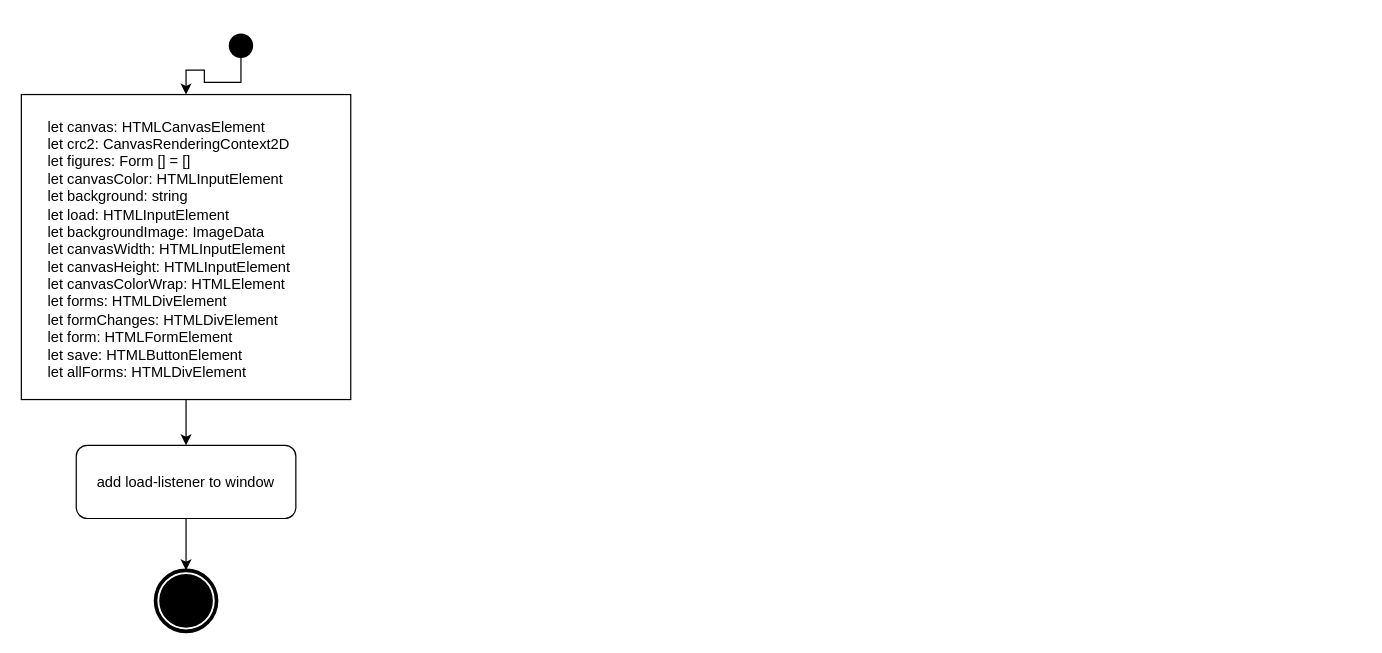
The draw.io diagram page "Page-1" (1 of 4) of Endabgabe/Diagramme/ActivityDiagramMain.drawio in Majoo44/EIA2, before the edit. Source tidied: cells renumbered, new cells numbered last; positions are measured from the earlier drawing's top-left corner, leaving out a move shared by most shapes. Both pictures are drawn from the tidied source at 122%, with x=0, y=0 at pixel (21, 33).
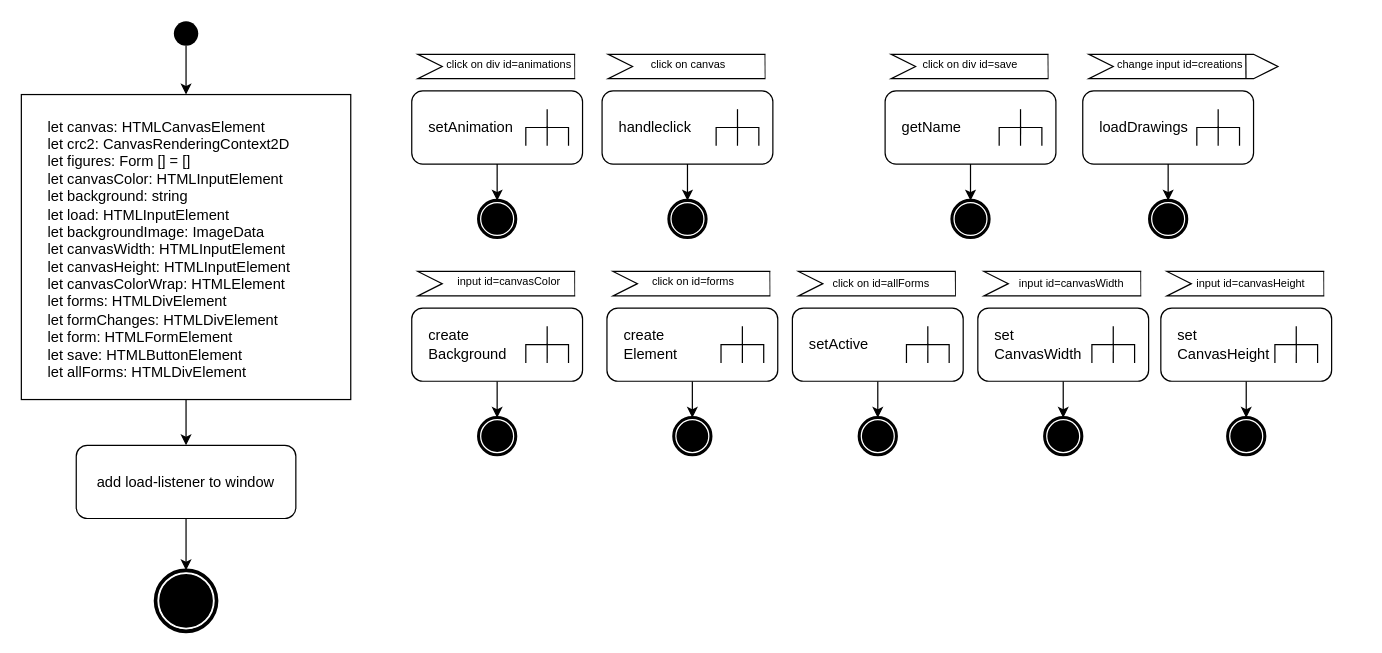
The same diagram, later.

What changed in the source:
```diff
@@
     <mxCell id="5" style="ellipse;whiteSpace=wrap;html=1;fillColor=#000000;strokeColor=none;" parent="1" vertex="1">
-      <mxGeometry x="170" width="20" height="20" as="geometry" />
+      <mxGeometry x="125" y="-10" width="20" height="20" as="geometry" />
     </mxCell>
@@
+    <mxCell id="10" style="edgeStyle=orthogonalEdgeStyle;rounded=0;jettySize=auto;html=1;entryX=0.5;entryY=0;entryDx=0;entryDy=0;" parent="1" edge="1" source="11" target="14">
+      <mxGeometry relative="1" as="geometry" />
+    </mxCell>
+    <mxCell id="11" value="setAnimation" style="rounded=1;whiteSpace=wrap;html=1;align=left;spacingLeft=12;" parent="1" vertex="1">
+      <mxGeometry x="320" y="47" width="140" height="60" as="geometry" />
+    </mxCell>
+    <mxCell id="12" style="strokeWidth=1;html=1;shape=mxgraph.flowchart.annotation_2;align=left;labelPosition=right;rotation=90;" parent="1" vertex="1">
+      <mxGeometry x="416" y="59.5" width="30" height="35" as="geometry" />
+    </mxCell>
+    <mxCell id="13" style="endArrow=none;html=1;exitX=1;exitY=0.5;exitDx=0;exitDy=0;exitPerimeter=0;entryX=0.475;entryY=0.499;entryDx=0;entryDy=0;entryPerimeter=0;" parent="1" edge="1" source="12" target="12">
+      <mxGeometry relative="1" as="geometry" />
+    </mxCell>
+    <mxCell id="14" style="shape=mxgraph.bpmn.shape;html=1;verticalLabelPosition=bottom;labelBackgroundColor=#ffffff;verticalAlign=top;align=center;perimeter=ellipsePerimeter;outlineConnect=0;outline=end;symbol=terminate;" parent="1" vertex="1">
+      <mxGeometry x="375" y="137" width="30" height="30" as="geometry" />
+    </mxCell>
+    <mxCell id="15" style="shape=step;perimeter=stepPerimeter;whiteSpace=wrap;html=1;fixedSize=1;strokeWidth=1;" parent="1" vertex="1">
+      <mxGeometry x="325" y="17" width="155" height="20" as="geometry" />
+    </mxCell>
+    <mxCell id="16" style="endArrow=none;html=1;exitX=0.831;exitY=1.008;exitDx=0;exitDy=0;exitPerimeter=0;entryX=0.83;entryY=0.008;entryDx=0;entryDy=0;entryPerimeter=0;" parent="1" edge="1" source="15" target="15">
+      <mxGeometry relative="1" as="geometry" />
+    </mxCell>
+    <mxCell id="17" style="rounded=0;whiteSpace=wrap;html=1;strokeWidth=1;noLabel=1;fontColor=none;strokeColor=none;" parent="1" vertex="1">
+      <mxGeometry x="454" y="12" width="30" height="30" as="geometry" />
+    </mxCell>
+    <mxCell id="18" value="&lt;font style=&quot;font-size: 9px&quot;&gt;click on div id=animations&lt;/font&gt;" style="text;html=1;strokeColor=none;fillColor=none;align=center;verticalAlign=middle;whiteSpace=wrap;rounded=0;fontColor=none;" parent="1" vertex="1">
+      <mxGeometry x="300" y="15" width="200" height="20" as="geometry" />
+    </mxCell>
+    <mxCell id="19" style="edgeStyle=orthogonalEdgeStyle;rounded=0;jettySize=auto;html=1;entryX=0.5;entryY=0;entryDx=0;entryDy=0;" parent="1" edge="1" source="20" target="23">
+      <mxGeometry relative="1" as="geometry" />
+    </mxCell>
+    <mxCell id="20" value="getName" style="rounded=1;whiteSpace=wrap;html=1;align=left;spacingLeft=12;" parent="1" vertex="1">
+      <mxGeometry x="708" y="47" width="140" height="60" as="geometry" />
+    </mxCell>
+    <mxCell id="21" style="strokeWidth=1;html=1;shape=mxgraph.flowchart.annotation_2;align=left;labelPosition=right;rotation=90;" parent="1" vertex="1">
+      <mxGeometry x="804" y="59.5" width="30" height="35" as="geometry" />
+    </mxCell>
+    <mxCell id="22" style="endArrow=none;html=1;exitX=1;exitY=0.5;exitDx=0;exitDy=0;exitPerimeter=0;entryX=0.475;entryY=0.499;entryDx=0;entryDy=0;entryPerimeter=0;" parent="1" edge="1" source="21" target="21">
+      <mxGeometry relative="1" as="geometry" />
+    </mxCell>
+    <mxCell id="23" style="shape=mxgraph.bpmn.shape;html=1;verticalLabelPosition=bottom;labelBackgroundColor=#ffffff;verticalAlign=top;align=center;perimeter=ellipsePerimeter;outlineConnect=0;outline=end;symbol=terminate;" parent="1" vertex="1">
+      <mxGeometry x="763" y="137" width="30" height="30" as="geometry" />
+    </mxCell>
+    <mxCell id="24" style="shape=step;perimeter=stepPerimeter;whiteSpace=wrap;html=1;fixedSize=1;strokeWidth=1;" parent="1" vertex="1">
+      <mxGeometry x="713" y="17" width="155" height="20" as="geometry" />
+    </mxCell>
+    <mxCell id="25" style="endArrow=none;html=1;exitX=0.831;exitY=1.008;exitDx=0;exitDy=0;exitPerimeter=0;entryX=0.83;entryY=0.008;entryDx=0;entryDy=0;entryPerimeter=0;" parent="1" edge="1">
+      <mxGeometry relative="1" as="geometry">
+        <mxPoint x="841.8" y="37.2" as="sourcePoint" />
+        <mxPoint x="841.6" y="17.2" as="targetPoint" />
+      </mxGeometry>
+    </mxCell>
+    <mxCell id="26" style="rounded=0;whiteSpace=wrap;html=1;strokeWidth=1;noLabel=1;fontColor=none;strokeColor=none;" parent="1" vertex="1">
+      <mxGeometry x="842" y="12" width="30" height="30" as="geometry" />
+    </mxCell>
+    <mxCell id="27" value="&lt;font style=&quot;font-size: 9px&quot;&gt;click on div id=save&lt;/font&gt;" style="text;html=1;strokeColor=none;fillColor=none;align=center;verticalAlign=middle;whiteSpace=wrap;rounded=0;fontColor=none;" parent="1" vertex="1">
+      <mxGeometry x="678" y="15" width="200" height="20" as="geometry" />
+    </mxCell>
+    <mxCell id="28" style="edgeStyle=orthogonalEdgeStyle;rounded=0;jettySize=auto;html=1;entryX=0.5;entryY=0;entryDx=0;entryDy=0;" parent="1" edge="1" source="29" target="32">
+      <mxGeometry relative="1" as="geometry" />
+    </mxCell>
+    <mxCell id="29" value="handleclick" style="rounded=1;whiteSpace=wrap;html=1;align=left;spacingLeft=12;" parent="1" vertex="1">
+      <mxGeometry x="476" y="47" width="140" height="60" as="geometry" />
+    </mxCell>
+    <mxCell id="30" style="strokeWidth=1;html=1;shape=mxgraph.flowchart.annotation_2;align=left;labelPosition=right;rotation=90;" parent="1" vertex="1">
+      <mxGeometry x="572" y="59.5" width="30" height="35" as="geometry" />
+    </mxCell>
+    <mxCell id="31" style="endArrow=none;html=1;exitX=1;exitY=0.5;exitDx=0;exitDy=0;exitPerimeter=0;entryX=0.475;entryY=0.499;entryDx=0;entryDy=0;entryPerimeter=0;" parent="1" edge="1" source="30" target="30">
+      <mxGeometry relative="1" as="geometry" />
+    </mxCell>
+    <mxCell id="32" style="shape=mxgraph.bpmn.shape;html=1;verticalLabelPosition=bottom;labelBackgroundColor=#ffffff;verticalAlign=top;align=center;perimeter=ellipsePerimeter;outlineConnect=0;outline=end;symbol=terminate;" parent="1" vertex="1">
+      <mxGeometry x="531" y="137" width="30" height="30" as="geometry" />
+    </mxCell>
+    <mxCell id="33" style="shape=step;perimeter=stepPerimeter;whiteSpace=wrap;html=1;fixedSize=1;strokeWidth=1;" parent="1" vertex="1">
+      <mxGeometry x="481" y="17" width="155" height="20" as="geometry" />
+    </mxCell>
+    <mxCell id="34" style="endArrow=none;html=1;exitX=0.831;exitY=1.008;exitDx=0;exitDy=0;exitPerimeter=0;entryX=0.83;entryY=0.008;entryDx=0;entryDy=0;entryPerimeter=0;" parent="1" edge="1" source="33" target="33">
+      <mxGeometry relative="1" as="geometry" />
+    </mxCell>
+    <mxCell id="35" style="rounded=0;whiteSpace=wrap;html=1;strokeWidth=1;noLabel=1;fontColor=none;strokeColor=none;" parent="1" vertex="1">
+      <mxGeometry x="610" y="12" width="30" height="30" as="geometry" />
+    </mxCell>
+    <mxCell id="36" value="&lt;font style=&quot;font-size: 9px&quot;&gt;click on canvas&lt;/font&gt;" style="text;html=1;strokeColor=none;fillColor=none;align=center;verticalAlign=middle;whiteSpace=wrap;rounded=0;fontColor=none;" parent="1" vertex="1">
+      <mxGeometry x="472" y="15" width="150" height="20" as="geometry" />
+    </mxCell>
+    <mxCell id="37" style="edgeStyle=orthogonalEdgeStyle;rounded=0;jettySize=auto;html=1;entryX=0.5;entryY=0;entryDx=0;entryDy=0;" parent="1" edge="1" source="38" target="41">
+      <mxGeometry relative="1" as="geometry" />
+    </mxCell>
+    <mxCell id="38" value="create&lt;br&gt;Background" style="rounded=1;whiteSpace=wrap;html=1;align=left;spacingLeft=12;" parent="1" vertex="1">
+      <mxGeometry x="320" y="225" width="140" height="60" as="geometry" />
+    </mxCell>
+    <mxCell id="39" style="strokeWidth=1;html=1;shape=mxgraph.flowchart.annotation_2;align=left;labelPosition=right;rotation=90;" parent="1" vertex="1">
+      <mxGeometry x="416" y="237.5" width="30" height="35" as="geometry" />
+    </mxCell>
+    <mxCell id="40" style="endArrow=none;html=1;exitX=1;exitY=0.5;exitDx=0;exitDy=0;exitPerimeter=0;entryX=0.475;entryY=0.499;entryDx=0;entryDy=0;entryPerimeter=0;" parent="1" edge="1" source="39" target="39">
+      <mxGeometry relative="1" as="geometry" />
+    </mxCell>
+    <mxCell id="41" style="shape=mxgraph.bpmn.shape;html=1;verticalLabelPosition=bottom;labelBackgroundColor=#ffffff;verticalAlign=top;align=center;perimeter=ellipsePerimeter;outlineConnect=0;outline=end;symbol=terminate;" parent="1" vertex="1">
+      <mxGeometry x="375" y="315" width="30" height="30" as="geometry" />
+    </mxCell>
+    <mxCell id="42" style="shape=step;perimeter=stepPerimeter;whiteSpace=wrap;html=1;fixedSize=1;strokeWidth=1;" parent="1" vertex="1">
+      <mxGeometry x="325" y="195" width="155" height="20" as="geometry" />
+    </mxCell>
+    <mxCell id="43" style="endArrow=none;html=1;exitX=0.831;exitY=1.008;exitDx=0;exitDy=0;exitPerimeter=0;entryX=0.83;entryY=0.008;entryDx=0;entryDy=0;entryPerimeter=0;" parent="1" edge="1" source="42" target="42">
+      <mxGeometry relative="1" as="geometry" />
+    </mxCell>
+    <mxCell id="44" style="rounded=0;whiteSpace=wrap;html=1;strokeWidth=1;noLabel=1;fontColor=none;strokeColor=none;" parent="1" vertex="1">
+      <mxGeometry x="454" y="190" width="30" height="30" as="geometry" />
+    </mxCell>
+    <mxCell id="45" value="&lt;font style=&quot;font-size: 9px&quot;&gt;input id=canvasColor&lt;/font&gt;" style="text;html=1;strokeColor=none;fillColor=none;align=center;verticalAlign=middle;whiteSpace=wrap;rounded=0;fontColor=none;" parent="1" vertex="1">
+      <mxGeometry x="300" y="193" width="200" height="20" as="geometry" />
+    </mxCell>
+    <mxCell id="46" style="edgeStyle=orthogonalEdgeStyle;rounded=0;jettySize=auto;html=1;entryX=0.5;entryY=0;entryDx=0;entryDy=0;" parent="1" edge="1" source="47" target="50">
+      <mxGeometry relative="1" as="geometry" />
+    </mxCell>
+    <mxCell id="47" value="loadDrawings" style="rounded=1;whiteSpace=wrap;html=1;align=left;spacingLeft=12;" parent="1" vertex="1">
+      <mxGeometry x="870" y="47" width="140" height="60" as="geometry" />
+    </mxCell>
+    <mxCell id="48" style="strokeWidth=1;html=1;shape=mxgraph.flowchart.annotation_2;align=left;labelPosition=right;rotation=90;" parent="1" vertex="1">
+      <mxGeometry x="966" y="59.5" width="30" height="35" as="geometry" />
+    </mxCell>
+    <mxCell id="49" style="endArrow=none;html=1;exitX=1;exitY=0.5;exitDx=0;exitDy=0;exitPerimeter=0;entryX=0.475;entryY=0.499;entryDx=0;entryDy=0;entryPerimeter=0;" parent="1" edge="1" source="48" target="48">
+      <mxGeometry relative="1" as="geometry" />
+    </mxCell>
+    <mxCell id="50" style="shape=mxgraph.bpmn.shape;html=1;verticalLabelPosition=bottom;labelBackgroundColor=#ffffff;verticalAlign=top;align=center;perimeter=ellipsePerimeter;outlineConnect=0;outline=end;symbol=terminate;" parent="1" vertex="1">
+      <mxGeometry x="925" y="137" width="30" height="30" as="geometry" />
+    </mxCell>
+    <mxCell id="51" style="shape=step;perimeter=stepPerimeter;whiteSpace=wrap;html=1;fixedSize=1;strokeWidth=1;" parent="1" vertex="1">
+      <mxGeometry x="875" y="17" width="155" height="20" as="geometry" />
+    </mxCell>
+    <mxCell id="52" style="endArrow=none;html=1;exitX=0.831;exitY=1.008;exitDx=0;exitDy=0;exitPerimeter=0;entryX=0.83;entryY=0.008;entryDx=0;entryDy=0;entryPerimeter=0;" parent="1" edge="1" source="51" target="51">
+      <mxGeometry relative="1" as="geometry" />
+    </mxCell>
+    <mxCell id="53" style="rounded=0;whiteSpace=wrap;html=1;strokeWidth=1;noLabel=1;fontColor=none;strokeColor=none;" parent="1" vertex="1">
+      <mxGeometry x="460" y="190" width="30" height="30" as="geometry" />
+    </mxCell>
+    <mxCell id="54" value="&lt;font style=&quot;font-size: 9px&quot;&gt;change input id=creations&lt;/font&gt;" style="text;html=1;strokeColor=none;fillColor=none;align=center;verticalAlign=middle;whiteSpace=wrap;rounded=0;fontColor=none;" parent="1" vertex="1">
+      <mxGeometry x="850" y="15" width="200" height="20" as="geometry" />
+    </mxCell>
+    <mxCell id="55" style="edgeStyle=orthogonalEdgeStyle;rounded=0;jettySize=auto;html=1;entryX=0.5;entryY=0;entryDx=0;entryDy=0;" parent="1" edge="1" source="56" target="59">
+      <mxGeometry relative="1" as="geometry" />
+    </mxCell>
+    <mxCell id="56" value="create&lt;br&gt;Element" style="rounded=1;whiteSpace=wrap;html=1;align=left;spacingLeft=12;" parent="1" vertex="1">
+      <mxGeometry x="480" y="225" width="140" height="60" as="geometry" />
+    </mxCell>
+    <mxCell id="57" style="strokeWidth=1;html=1;shape=mxgraph.flowchart.annotation_2;align=left;labelPosition=right;rotation=90;" parent="1" vertex="1">
+      <mxGeometry x="576" y="237.5" width="30" height="35" as="geometry" />
+    </mxCell>
+    <mxCell id="58" style="endArrow=none;html=1;exitX=1;exitY=0.5;exitDx=0;exitDy=0;exitPerimeter=0;entryX=0.475;entryY=0.499;entryDx=0;entryDy=0;entryPerimeter=0;" parent="1" edge="1" source="57" target="57">
+      <mxGeometry relative="1" as="geometry" />
+    </mxCell>
+    <mxCell id="59" style="shape=mxgraph.bpmn.shape;html=1;verticalLabelPosition=bottom;labelBackgroundColor=#ffffff;verticalAlign=top;align=center;perimeter=ellipsePerimeter;outlineConnect=0;outline=end;symbol=terminate;" parent="1" vertex="1">
+      <mxGeometry x="535" y="315" width="30" height="30" as="geometry" />
+    </mxCell>
+    <mxCell id="60" style="shape=step;perimeter=stepPerimeter;whiteSpace=wrap;html=1;fixedSize=1;strokeWidth=1;" parent="1" vertex="1">
+      <mxGeometry x="485" y="195" width="155" height="20" as="geometry" />
+    </mxCell>
+    <mxCell id="61" style="endArrow=none;html=1;exitX=0.831;exitY=1.008;exitDx=0;exitDy=0;exitPerimeter=0;entryX=0.83;entryY=0.008;entryDx=0;entryDy=0;entryPerimeter=0;" parent="1" edge="1" source="60" target="60">
+      <mxGeometry relative="1" as="geometry" />
+    </mxCell>
+    <mxCell id="62" style="rounded=0;whiteSpace=wrap;html=1;strokeWidth=1;noLabel=1;fontColor=none;strokeColor=none;" parent="1" vertex="1">
+      <mxGeometry x="614" y="190" width="30" height="30" as="geometry" />
+    </mxCell>
+    <mxCell id="63" value="&lt;font style=&quot;font-size: 9px&quot;&gt;click on id=forms&lt;/font&gt;" style="text;html=1;strokeColor=none;fillColor=none;align=center;verticalAlign=middle;whiteSpace=wrap;rounded=0;fontColor=none;" parent="1" vertex="1">
+      <mxGeometry x="476" y="193" width="150" height="20" as="geometry" />
+    </mxCell>
+    <mxCell id="64" style="edgeStyle=orthogonalEdgeStyle;rounded=0;jettySize=auto;html=1;entryX=0.5;entryY=0;entryDx=0;entryDy=0;" parent="1" edge="1" source="65" target="68">
+      <mxGeometry relative="1" as="geometry" />
+    </mxCell>
+    <mxCell id="65" value="setActive" style="rounded=1;whiteSpace=wrap;html=1;align=left;spacingLeft=12;" parent="1" vertex="1">
+      <mxGeometry x="632" y="225" width="140" height="60" as="geometry" />
+    </mxCell>
+    <mxCell id="66" style="strokeWidth=1;html=1;shape=mxgraph.flowchart.annotation_2;align=left;labelPosition=right;rotation=90;" parent="1" vertex="1">
+      <mxGeometry x="728" y="237.5" width="30" height="35" as="geometry" />
+    </mxCell>
+    <mxCell id="67" style="endArrow=none;html=1;exitX=1;exitY=0.5;exitDx=0;exitDy=0;exitPerimeter=0;entryX=0.475;entryY=0.499;entryDx=0;entryDy=0;entryPerimeter=0;" parent="1" edge="1" source="66" target="66">
+      <mxGeometry relative="1" as="geometry" />
+    </mxCell>
+    <mxCell id="68" style="shape=mxgraph.bpmn.shape;html=1;verticalLabelPosition=bottom;labelBackgroundColor=#ffffff;verticalAlign=top;align=center;perimeter=ellipsePerimeter;outlineConnect=0;outline=end;symbol=terminate;" parent="1" vertex="1">
+      <mxGeometry x="687" y="315" width="30" height="30" as="geometry" />
+    </mxCell>
+    <mxCell id="69" style="shape=step;perimeter=stepPerimeter;whiteSpace=wrap;html=1;fixedSize=1;strokeWidth=1;" parent="1" vertex="1">
+      <mxGeometry x="637" y="195" width="155" height="20" as="geometry" />
+    </mxCell>
+    <mxCell id="70" style="endArrow=none;html=1;exitX=0.831;exitY=1.008;exitDx=0;exitDy=0;exitPerimeter=0;entryX=0.83;entryY=0.008;entryDx=0;entryDy=0;entryPerimeter=0;" parent="1" edge="1" source="69" target="69">
+      <mxGeometry relative="1" as="geometry" />
+    </mxCell>
+    <mxCell id="71" style="rounded=0;whiteSpace=wrap;html=1;strokeWidth=1;noLabel=1;fontColor=none;strokeColor=none;" parent="1" vertex="1">
+      <mxGeometry x="766" y="190" width="30" height="30" as="geometry" />
+    </mxCell>
+    <mxCell id="72" value="&lt;font style=&quot;font-size: 9px&quot;&gt;click on id=allForms&lt;/font&gt;" style="text;html=1;strokeColor=none;fillColor=none;align=center;verticalAlign=middle;whiteSpace=wrap;rounded=0;fontColor=none;" parent="1" vertex="1">
+      <mxGeometry x="640" y="194" width="130" height="20" as="geometry" />
+    </mxCell>
+    <mxCell id="73" style="edgeStyle=orthogonalEdgeStyle;rounded=0;jettySize=auto;html=1;entryX=0.5;entryY=0;entryDx=0;entryDy=0;" parent="1" edge="1" source="74" target="77">
+      <mxGeometry relative="1" as="geometry" />
+    </mxCell>
+    <mxCell id="74" value="set&lt;br&gt;CanvasWidth" style="rounded=1;whiteSpace=wrap;html=1;align=left;spacingLeft=12;" parent="1" vertex="1">
+      <mxGeometry x="784" y="225" width="140" height="60" as="geometry" />
+    </mxCell>
+    <mxCell id="75" style="strokeWidth=1;html=1;shape=mxgraph.flowchart.annotation_2;align=left;labelPosition=right;rotation=90;" parent="1" vertex="1">
+      <mxGeometry x="880" y="237.5" width="30" height="35" as="geometry" />
+    </mxCell>
+    <mxCell id="76" style="endArrow=none;html=1;exitX=1;exitY=0.5;exitDx=0;exitDy=0;exitPerimeter=0;entryX=0.475;entryY=0.499;entryDx=0;entryDy=0;entryPerimeter=0;" parent="1" edge="1" source="75" target="75">
+      <mxGeometry relative="1" as="geometry" />
+    </mxCell>
+    <mxCell id="77" style="shape=mxgraph.bpmn.shape;html=1;verticalLabelPosition=bottom;labelBackgroundColor=#ffffff;verticalAlign=top;align=center;perimeter=ellipsePerimeter;outlineConnect=0;outline=end;symbol=terminate;" parent="1" vertex="1">
+      <mxGeometry x="839" y="315" width="30" height="30" as="geometry" />
+    </mxCell>
+    <mxCell id="78" style="shape=step;perimeter=stepPerimeter;whiteSpace=wrap;html=1;fixedSize=1;strokeWidth=1;" parent="1" vertex="1">
+      <mxGeometry x="789" y="195" width="155" height="20" as="geometry" />
+    </mxCell>
+    <mxCell id="79" style="endArrow=none;html=1;exitX=0.831;exitY=1.008;exitDx=0;exitDy=0;exitPerimeter=0;entryX=0.83;entryY=0.008;entryDx=0;entryDy=0;entryPerimeter=0;" parent="1" edge="1" source="78" target="78">
+      <mxGeometry relative="1" as="geometry" />
+    </mxCell>
+    <mxCell id="80" style="rounded=0;whiteSpace=wrap;html=1;strokeWidth=1;noLabel=1;fontColor=none;strokeColor=none;" parent="1" vertex="1">
+      <mxGeometry x="918" y="190" width="30" height="30" as="geometry" />
+    </mxCell>
+    <mxCell id="81" value="&lt;font style=&quot;font-size: 9px&quot;&gt;input id=canvasWidth&lt;/font&gt;" style="text;html=1;strokeColor=none;fillColor=none;align=center;verticalAlign=middle;whiteSpace=wrap;rounded=0;fontColor=none;" parent="1" vertex="1">
+      <mxGeometry x="792" y="194" width="138" height="20" as="geometry" />
+    </mxCell>
+    <mxCell id="82" style="edgeStyle=orthogonalEdgeStyle;rounded=0;jettySize=auto;html=1;entryX=0.5;entryY=0;entryDx=0;entryDy=0;" parent="1" edge="1" source="83" target="86">
+      <mxGeometry relative="1" as="geometry" />
+    </mxCell>
+    <mxCell id="83" value="set&lt;br&gt;CanvasHeight" style="rounded=1;whiteSpace=wrap;html=1;align=left;spacingLeft=12;" parent="1" vertex="1">
+      <mxGeometry x="934" y="225" width="140" height="60" as="geometry" />
+    </mxCell>
+    <mxCell id="84" style="strokeWidth=1;html=1;shape=mxgraph.flowchart.annotation_2;align=left;labelPosition=right;rotation=90;" parent="1" vertex="1">
+      <mxGeometry x="1030" y="237.5" width="30" height="35" as="geometry" />
+    </mxCell>
+    <mxCell id="85" style="endArrow=none;html=1;exitX=1;exitY=0.5;exitDx=0;exitDy=0;exitPerimeter=0;entryX=0.475;entryY=0.499;entryDx=0;entryDy=0;entryPerimeter=0;" parent="1" edge="1" source="84" target="84">
+      <mxGeometry relative="1" as="geometry" />
+    </mxCell>
+    <mxCell id="86" style="shape=mxgraph.bpmn.shape;html=1;verticalLabelPosition=bottom;labelBackgroundColor=#ffffff;verticalAlign=top;align=center;perimeter=ellipsePerimeter;outlineConnect=0;outline=end;symbol=terminate;" parent="1" vertex="1">
+      <mxGeometry x="989" y="315" width="30" height="30" as="geometry" />
+    </mxCell>
+    <mxCell id="87" style="shape=step;perimeter=stepPerimeter;whiteSpace=wrap;html=1;fixedSize=1;strokeWidth=1;" parent="1" vertex="1">
+      <mxGeometry x="939" y="195" width="155" height="20" as="geometry" />
+    </mxCell>
+    <mxCell id="88" style="endArrow=none;html=1;exitX=0.831;exitY=1.008;exitDx=0;exitDy=0;exitPerimeter=0;entryX=0.83;entryY=0.008;entryDx=0;entryDy=0;entryPerimeter=0;" parent="1" edge="1" source="87" target="87">
+      <mxGeometry relative="1" as="geometry" />
+    </mxCell>
+    <mxCell id="89" style="rounded=0;whiteSpace=wrap;html=1;strokeWidth=1;noLabel=1;fontColor=none;strokeColor=none;" parent="1" vertex="1">
+      <mxGeometry x="1068" y="190" width="30" height="30" as="geometry" />
+    </mxCell>
+    <mxCell id="90" value="&lt;font style=&quot;font-size: 9px&quot;&gt;input id=canvasHeight&lt;/font&gt;" style="text;html=1;strokeColor=none;fillColor=none;align=center;verticalAlign=middle;whiteSpace=wrap;rounded=0;fontColor=none;" parent="1" vertex="1">
+      <mxGeometry x="939" y="194" width="138" height="20" as="geometry" />
+    </mxCell>
```
